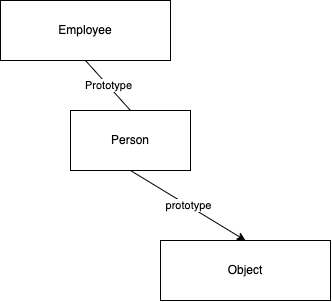
Above: images/oop.dio.png in vinod-kayartaya/SONY-JS-SEP-2022 (draw.io), before the change. Source tidied: cells renumbered, new cells last; positions are measured from the earlier drawing's top-left corner, leaving out a move shared by most shapes.
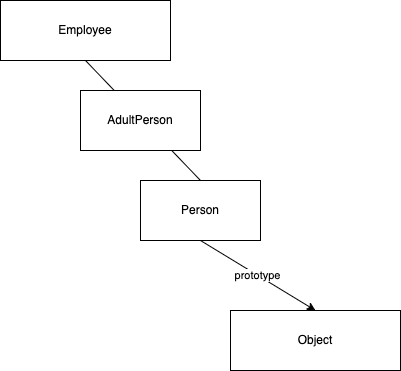
The same diagram one commit later.

The edit, as a diff of the source:
```diff
@@ -6,7 +6,7 @@
       <mxGeometry relative="1" as="geometry" />
     </mxCell>
     <mxCell id="3" value="Employee" style="rounded=0;whiteSpace=wrap;html=1;" parent="1" vertex="1">
-      <mxGeometry width="170" height="60" as="geometry" />
+      <mxGeometry x="-70" y="-70" width="170" height="60" as="geometry" />
     </mxCell>
     <mxCell id="4" value="Object" style="rounded=0;whiteSpace=wrap;html=1;" parent="1" vertex="1">
       <mxGeometry x="160" y="240" width="170" height="60" as="geometry" />
@@ -17,5 +17,8 @@
     <mxCell id="6" value="Prototype" style="edgeStyle=none;html=1;exitX=0.5;exitY=1;exitDx=0;exitDy=0;entryX=0.5;entryY=0;entryDx=0;entryDy=0;endArrow=none;" parent="1" edge="1" source="3" target="5">
       <mxGeometry relative="1" as="geometry" />
     </mxCell>
+    <mxCell id="7" value="AdultPerson" style="rounded=0;whiteSpace=wrap;html=1;" parent="1" vertex="1">
+      <mxGeometry x="10" y="20" width="120" height="60" as="geometry" />
+    </mxCell>
   </root>
 </mxGraphModel>
```
